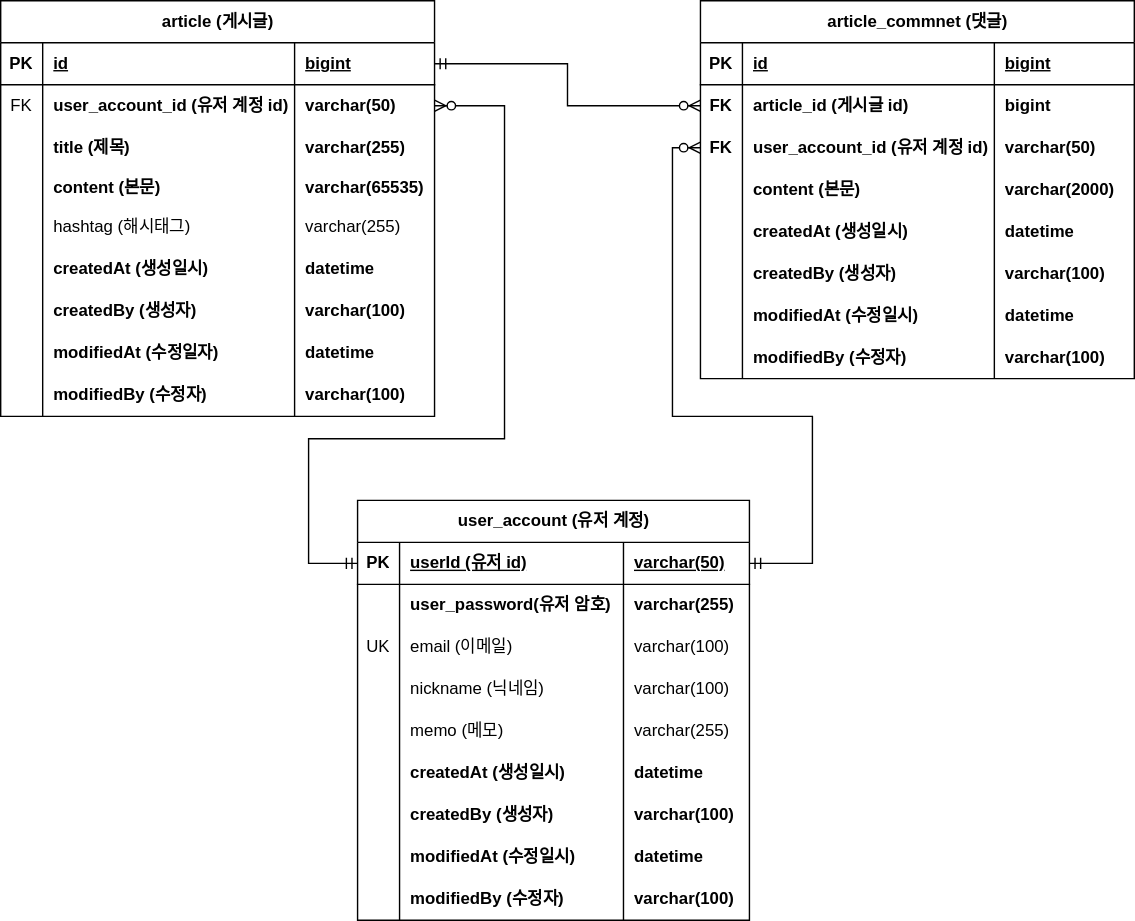
This is document/project-board-erd.svg from codingNoob12/fastcampus-project-board, a draw.io export, as it was before one commit. Source tidied: cells renumbered, new cells last; positions are measured from the earlier drawing's top-left corner, leaving out a move shared by most shapes.
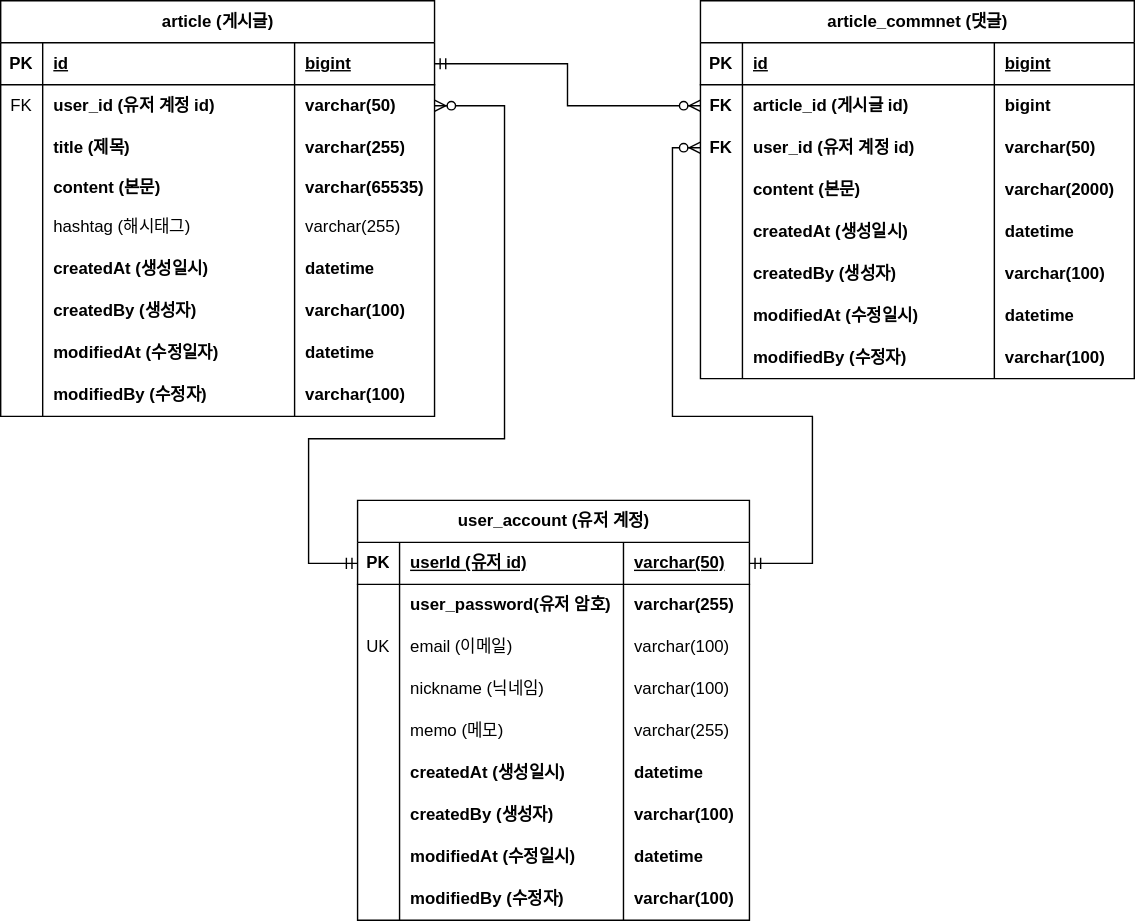
The same file after the commit.

Commit message:
#43 - ERD 문서 수정: 회원 계정 도메인의 FK를 user_id로 변경

The edit, as a diff of the source:
```diff
@@ -23,7 +23,7 @@
     <mxCell id="8" value="FK" style="shape=partialRectangle;fillColor=none;top=0;left=0;bottom=0;right=0;overflow=hidden;whiteSpace=wrap;html=1;" parent="7" vertex="1">
       <mxGeometry width="30" height="30" as="geometry" />
     </mxCell>
-    <mxCell id="9" value="user_account_id (유저 계정 id)" style="shape=partialRectangle;fillColor=none;top=0;left=0;bottom=0;right=0;align=left;spacingLeft=6;overflow=hidden;whiteSpace=wrap;html=1;fontStyle=1;" parent="7" vertex="1">
+    <mxCell id="9" value="user_id (유저 계정 id)" style="shape=partialRectangle;fillColor=none;top=0;left=0;bottom=0;right=0;align=left;spacingLeft=6;overflow=hidden;whiteSpace=wrap;html=1;fontStyle=1;" parent="7" vertex="1">
       <mxGeometry x="30" width="180" height="30" as="geometry" />
     </mxCell>
     <mxCell id="10" value="&lt;span style=&quot;&quot;&gt;varchar(50)&lt;/span&gt;" style="shape=partialRectangle;fillColor=none;top=0;left=0;bottom=0;right=0;align=left;spacingLeft=6;overflow=hidden;whiteSpace=wrap;html=1;fontStyle=1;" parent="7" vertex="1">
@@ -146,7 +146,7 @@
     <mxCell id="49" value="FK" style="shape=partialRectangle;fillColor=none;top=0;left=0;bottom=0;right=0;overflow=hidden;whiteSpace=wrap;html=1;fontStyle=1;" parent="48" vertex="1">
       <mxGeometry width="30" height="30" as="geometry" />
     </mxCell>
-    <mxCell id="50" value="user_account_id (유저 계정 id)" style="shape=partialRectangle;fillColor=none;top=0;left=0;bottom=0;right=0;align=left;spacingLeft=6;overflow=hidden;whiteSpace=wrap;html=1;fontStyle=1;" parent="48" vertex="1">
+    <mxCell id="50" value="user_id (유저 계정 id)" style="shape=partialRectangle;fillColor=none;top=0;left=0;bottom=0;right=0;align=left;spacingLeft=6;overflow=hidden;whiteSpace=wrap;html=1;fontStyle=1;" parent="48" vertex="1">
       <mxGeometry x="30" width="180" height="30" as="geometry" />
     </mxCell>
     <mxCell id="51" value="varchar(50)" style="shape=partialRectangle;fillColor=none;top=0;left=0;bottom=0;right=0;align=left;spacingLeft=6;overflow=hidden;whiteSpace=wrap;html=1;fontStyle=1;" parent="48" vertex="1">
```
